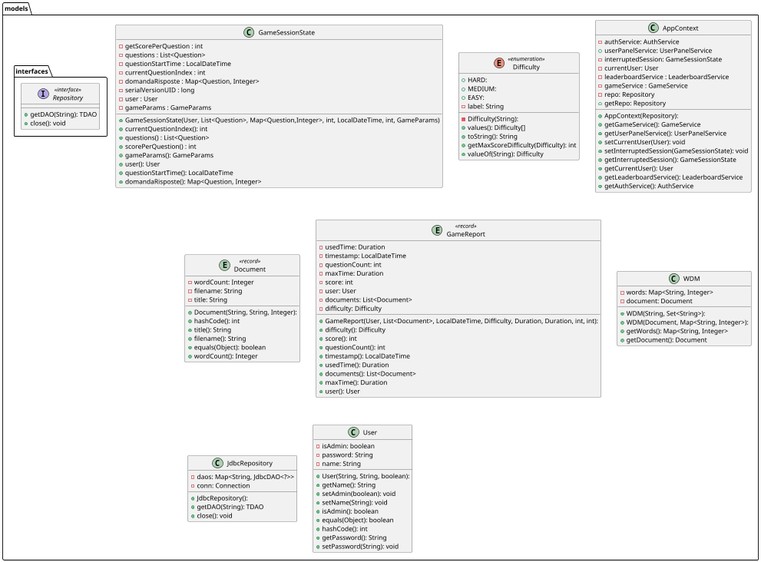
Earlier version of the PlantUML export docs/UML/Classi/models/models-0.png (Bg735/Wordageddon-Gruppo_16). The source it was exported from:
```plantuml
@startuml
package models {
    class GameSessionState {
    - getScorePerQuestion : int
    - questions : List<Question>
    - questionStartTime : LocalDateTime
    - currentQuestionIndex : int
    - domandaRisposte : Map<Question, Integer>
    - serialVersionUID : long
    - user : User
    - gameParams : GameParams
    + GameSessionState(User, List<Question>, Map<Question,Integer>, int, LocalDateTime, int, GameParams)
    + currentQuestionIndex(): int
    + questions() : List<Question>
    + scorePerQuestion() : int
    + gameParams(): GameParams
    + user(): User
    + questionStartTime(): LocalDateTime
    + domandaRisposte(): Map<Question, Integer>
    }
    enum Difficulty << enumeration >> {
    - Difficulty(String):
    + HARD:
    + MEDIUM:
    + EASY:
    - label: String
    + values(): Difficulty[]
    + toString(): String
    + getMaxScoreDifficulty(Difficulty): int
    + valueOf(String): Difficulty
    }
    class AppContext {
    + AppContext(Repository):
    - authService: AuthService
    + userPanelService: UserPanelService
    - interruptedSession: GameSessionState
    - currentUser: User
    - leaderboardService : LeaderboardService
    - gameService : GameService
    - repo: Repository
    + getGameService(): GameService
    + getUserPanelService(): UserPanelService
    + setCurrentUser(User): void
    + setInterruptedSession(GameSessionState): void
    + getInterruptedSession(): GameSessionState
    + getCurrentUser(): User
    + getRepo: Repository
    + getLeaderboardService(): LeaderboardService
    + getAuthService(): AuthService
    }
    entity Document << record >> {
    + Document(String, String, Integer):
    - wordCount: Integer
    - filename: String
    - title: String
    + hashCode(): int
    + title(): String
    + filename(): String
    + equals(Object): boolean
    + wordCount(): Integer
    }

    entity GameReport << record >> {
    + GameReport(User, List<Document>, LocalDateTime, Difficulty, Duration, Duration, int, int):
    - usedTime: Duration
    - timestamp: LocalDateTime
    - questionCount: int
    - maxTime: Duration
    - score: int
    - user: User
    - documents: List<Document>
    - difficulty: Difficulty
    + difficulty(): Difficulty
    + score(): int
    + questionCount(): int
    + timestamp(): LocalDateTime
    + usedTime(): Duration
    + documents(): List<Document>
    + maxTime(): Duration
    + user(): User
    }
    class WDM {
    + WDM(String, Set<String>):
    + WDM(Document, Map<String, Integer>):
    - words: Map<String, Integer>
    - document: Document
    + getWords(): Map<String, Integer>
    + getDocument(): Document
    }

    class JdbcRepository {
    + JdbcRepository():
    - daos: Map<String, JdbcDAO<?>>
    - conn: Connection
    + getDAO(String): TDAO
    + close(): void
    }
    class User {
    + User(String, String, boolean):
    - isAdmin: boolean
    - password: String
    - name: String
    + getName(): String
    + setAdmin(boolean): void
    + setName(String): void
    + isAdmin(): boolean
    + equals(Object): boolean
    + hashCode(): int
    + getPassword(): String
    + setPassword(String): void
    }

    package interfaces {
        interface Repository << interface >> {
        + getDAO(String): TDAO
        + close(): void
        }
    }
}
@enduml
```
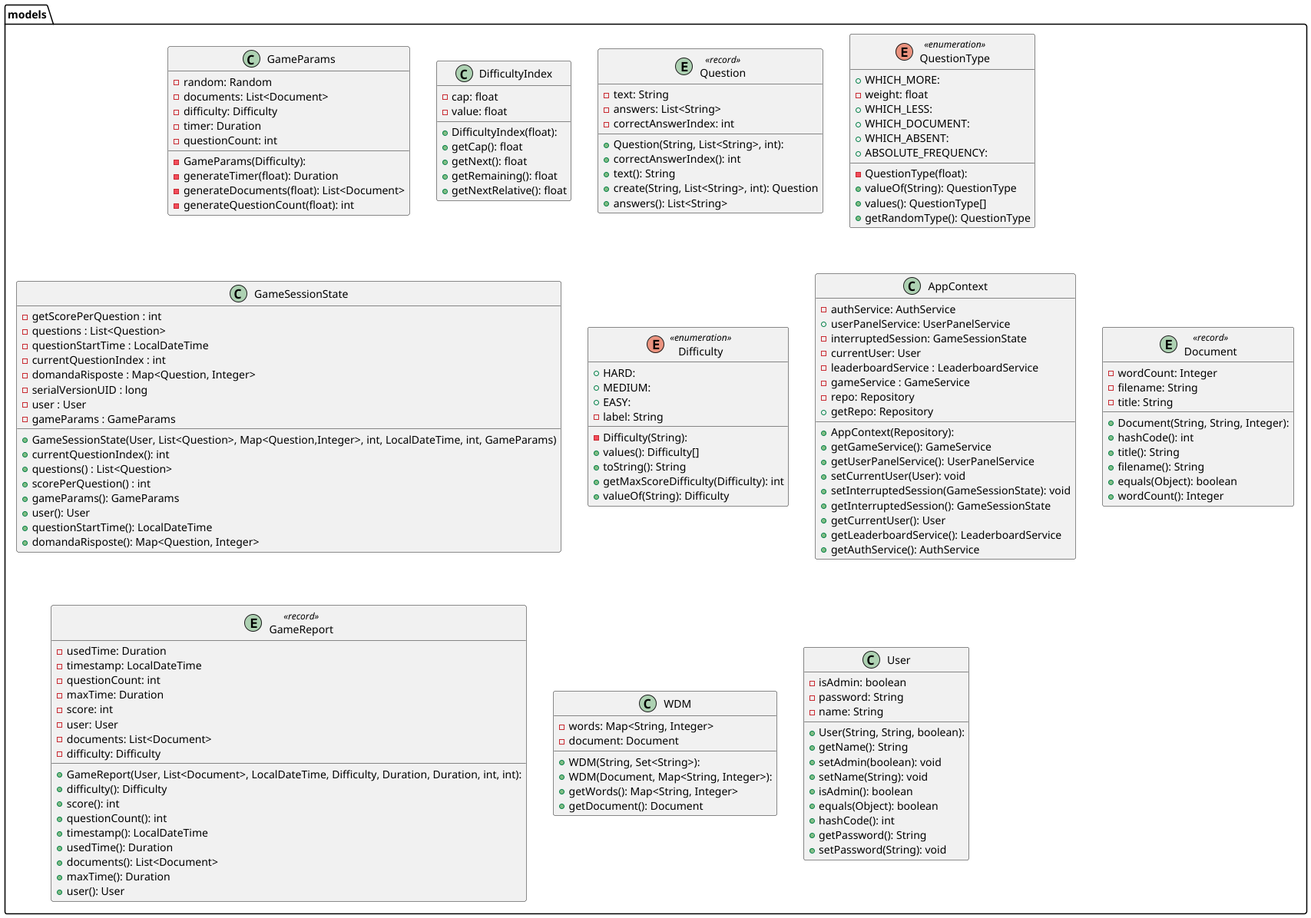
The same file after the commit.

The edit, as a diff of the source:
```diff
@@ -1,5 +1,48 @@
 @startuml
+
 package models {
+    class GameParams {
+    - GameParams(Difficulty):
+    - random: Random
+    - documents: List<Document>
+    - difficulty: Difficulty
+    - timer: Duration
+    - questionCount: int
+    - generateTimer(float): Duration
+    - generateDocuments(float): List<Document>
+    - generateQuestionCount(float): int
+    }
+    class DifficultyIndex {
+    + DifficultyIndex(float):
+    - cap: float
+    - value: float
+    + getCap(): float
+    + getNext(): float
+    + getRemaining(): float
+    + getNextRelative(): float
+    }
+    entity Question << record >> {
+    + Question(String, List<String>, int):
+    - text: String
+    - answers: List<String>
+    - correctAnswerIndex: int
+    + correctAnswerIndex(): int
+    + text(): String
+    + create(String, List<String>, int): Question
+    + answers(): List<String>
+    }
+    enum QuestionType << enumeration >> {
+    - QuestionType(float):
+    + WHICH_MORE:
+    - weight: float
+    + WHICH_LESS:
+    + WHICH_DOCUMENT:
+    + WHICH_ABSENT:
+    + ABSOLUTE_FREQUENCY:
+    + valueOf(String): QuestionType
+    + values(): QuestionType[]
+    + getRandomType(): QuestionType
+    }
     class GameSessionState {
     - getScorePerQuestion : int
     - questions : List<Question>
@@ -88,13 +131,6 @@
     + getDocument(): Document
     }
 
-    class JdbcRepository {
-    + JdbcRepository():
-    - daos: Map<String, JdbcDAO<?>>
-    - conn: Connection
-    + getDAO(String): TDAO
-    + close(): void
-    }
     class User {
     + User(String, String, boolean):
     - isAdmin: boolean
@@ -109,12 +145,5 @@
     + getPassword(): String
     + setPassword(String): void
     }
-
-    package interfaces {
-        interface Repository << interface >> {
-        + getDAO(String): TDAO
-        + close(): void
-        }
-    }
 }
 @enduml
```
